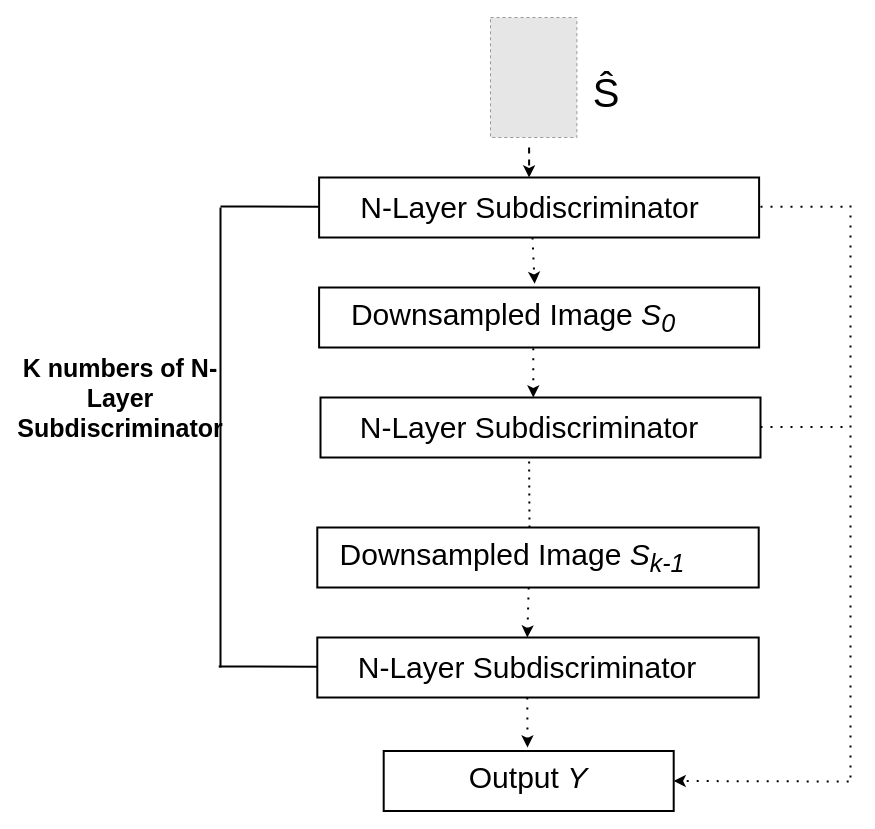
Earlier version of the draw.io diagram drawMap/Discriminator.drawio (fizzy-1111/slideppTheis). Source tidied: cells renumbered, new cells numbered last; positions are measured from the earlier drawing's top-left corner, leaving out a move shared by most shapes. Both pictures are drawn from the tidied source at 100%, with x=0, y=0 at pixel (50, 17). Pictures stored in the file or linked from it are replaced by grey dashed boxes.
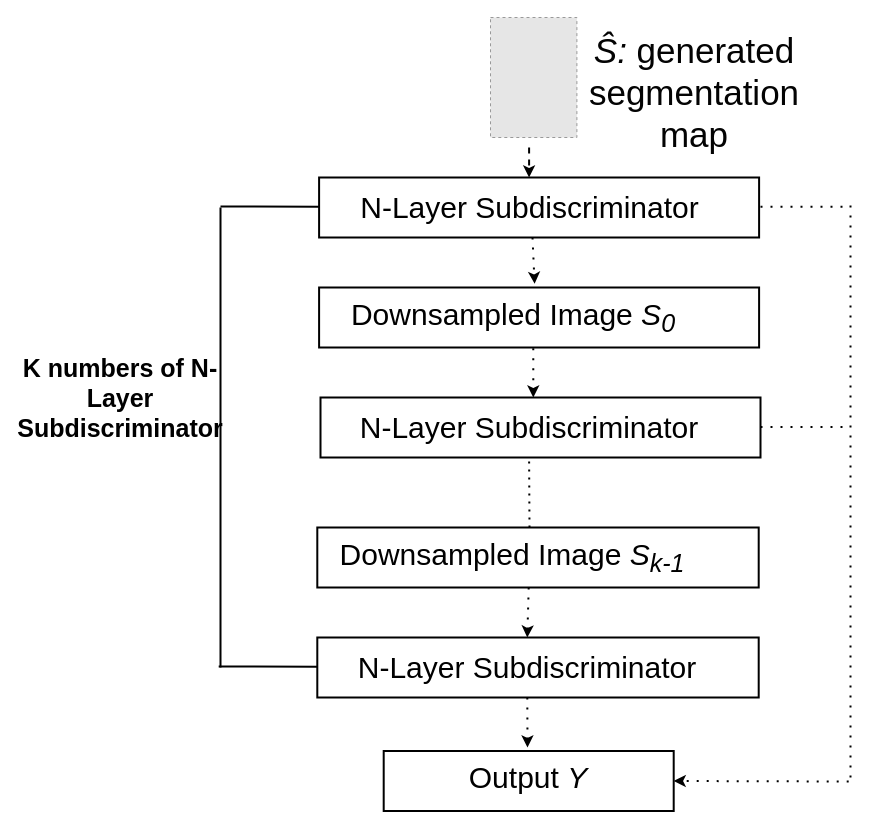
The same page after the edit.

What changed in the source:
```diff
@@
-    <mxCell id="28" value="&lt;font style=&quot;font-size: 40px;&quot;&gt;Ŝ&lt;/font&gt;" style="text;html=1;strokeColor=none;fillColor=none;align=center;verticalAlign=middle;whiteSpace=wrap;rounded=0;strokeWidth=2;fontSize=20;" parent="1" vertex="1">
-      <mxGeometry x="526.4" y="60" width="60" height="30" as="geometry" />
+    <mxCell id="28" value="&lt;i style=&quot;color: rgb(3, 3, 3); font-size: 35px;&quot;&gt;Ŝ:&amp;nbsp;&lt;/i&gt;&lt;span style=&quot;color: rgb(3, 3, 3); font-size: 35px;&quot;&gt;generated segmentation map&lt;/span&gt;" style="text;html=1;strokeColor=none;fillColor=none;align=center;verticalAlign=middle;whiteSpace=wrap;rounded=0;strokeWidth=2;fontSize=20;" parent="1" vertex="1">
+      <mxGeometry x="520" y="60" width="248.2" height="30" as="geometry" />
     </mxCell>
```
